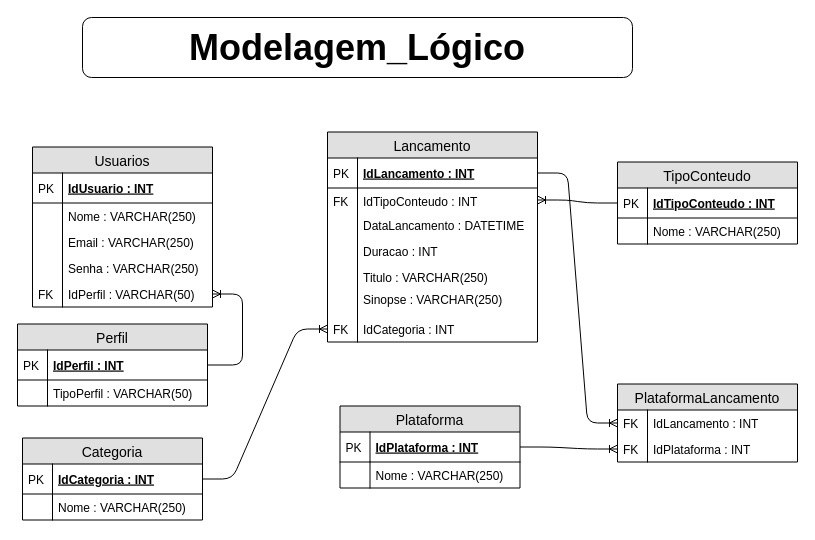
Above: page "Lógico" (2 of 2) of OPFLIX/Modelagem/T_Diagrama.drawio in amador2014/2s2019-sprint-1-bd (draw.io), before the change. Source tidied: cells renumbered, new cells numbered last; positions are measured from the earlier drawing's top-left corner, leaving out a move shared by most shapes. Both pictures are drawn from the tidied source at 100%, with x=0, y=0 at pixel (17, 17).
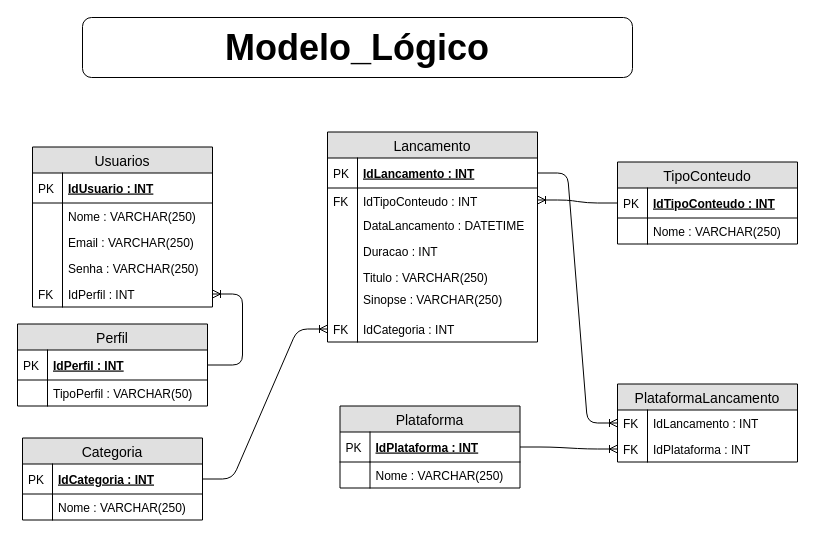
The same page after the edit.

Unchanged cells that the change refers to:
```xml
<mxCell id="3" value="Usuarios" style="swimlane;fontStyle=0;horizontal=1;startSize=26;fillColor=#e0e0e0;swimlaneFillColor=#ffffff;align=center;fontSize=14;" parent="1" vertex="1">
  <mxGeometry x="15" y="129.5" width="180" height="160" as="geometry" />
</mxCell>
```

Diff of the diagram source:
```diff
@@
-    <mxCell id="2" value="&lt;b&gt;&lt;font style=&quot;font-size: 36px&quot;&gt;Modelagem_Lógico&lt;/font&gt;&lt;/b&gt;" style="rounded=1;whiteSpace=wrap;html=1;" parent="1" vertex="1">
+    <mxCell id="2" value="&lt;b&gt;&lt;font style=&quot;font-size: 36px&quot;&gt;Modelo_Lógico&lt;/font&gt;&lt;/b&gt;" style="rounded=1;whiteSpace=wrap;html=1;" parent="1" vertex="1">
       <mxGeometry x="65" width="550" height="60" as="geometry" />
     </mxCell>
@@
-    <mxCell id="12" value="IdPerfil : VARCHAR(50)" style="shape=partialRectangle;top=0;left=0;right=0;bottom=0;align=left;verticalAlign=top;fillColor=none;spacingLeft=34;spacingRight=4;overflow=hidden;points=[[0,0.5],[1,0.5]];portConstraint=eastwest;fontSize=12;" parent="3" vertex="1">
+    <mxCell id="12" value="IdPerfil : INT" style="shape=partialRectangle;top=0;left=0;right=0;bottom=0;align=left;verticalAlign=top;fillColor=none;spacingLeft=34;spacingRight=4;overflow=hidden;points=[[0,0.5],[1,0.5]];portConstraint=eastwest;fontSize=12;" parent="3" vertex="1">
       <mxGeometry y="134" width="180" height="26" as="geometry" />
     </mxCell>
```
